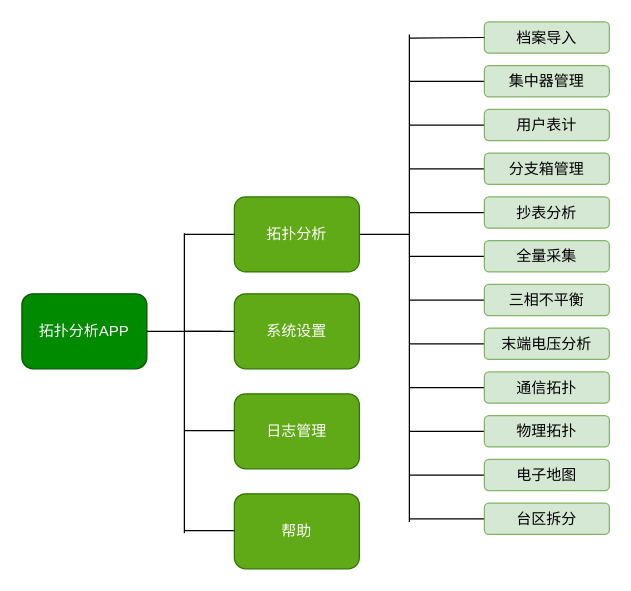
Before: ttra功能结构图.drawio in naitboy/naitboy, a draw.io diagram. Source tidied: cells renumbered, new cells numbered last; positions are measured from the earlier drawing's top-left corner, leaving out a move shared by most shapes. Both pictures are drawn from the tidied source at 125%, with x=0, y=0 at pixel (21, 21).
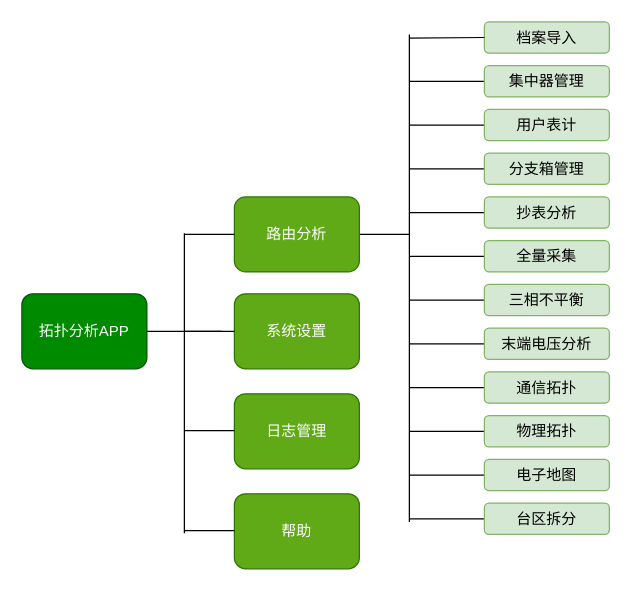
The same diagram, later.

Commit message:
ttra功能结构图.drawio

Diff of the diagram source:
```diff
@@
-    <mxCell id="5" value="拓扑分析" style="rounded=1;whiteSpace=wrap;html=1;fillColor=#60a917;strokeColor=#2D7600;fontColor=#ffffff;" parent="1" vertex="1">
+    <mxCell id="5" value="路由分析" style="rounded=1;whiteSpace=wrap;html=1;fillColor=#60a917;strokeColor=#2D7600;fontColor=#ffffff;" parent="1" vertex="1">
       <mxGeometry x="170" y="140" width="100" height="60" as="geometry" />
     </mxCell>
```
